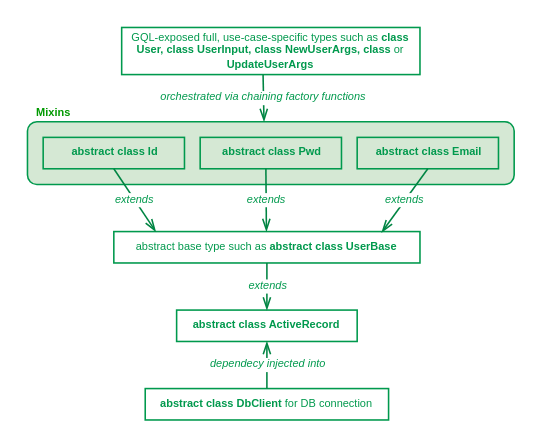
Before: Untitled Diagram.drawio in desmap/popmotion, a draw.io diagram. Source tidied: cells renumbered, new cells numbered last; positions are measured from the earlier drawing's top-left corner, leaving out a move shared by most shapes. Both pictures are drawn from the tidied source at 157%, with x=0, y=0 at pixel (27, 27).
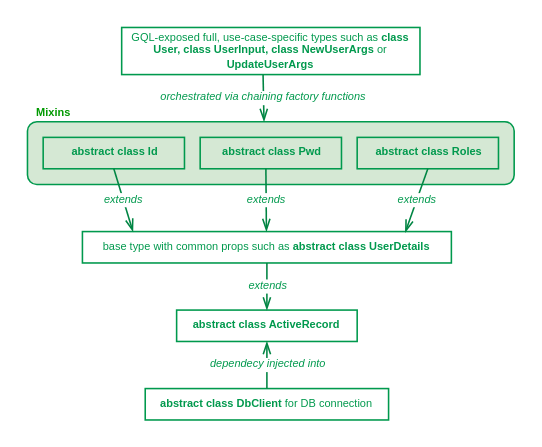
The same page after the edit.

What changed in the source:
```diff
@@
 <mxGraphModel>
   <root>
     <mxCell id="0" />
     <mxCell id="1" parent="0" />
     <mxCell id="2" style="rounded=1;whiteSpace=wrap;html=1;strokeColor=#00994D;fillColor=#d5e8d4;fontSize=8;align=right;" parent="1" vertex="1">
       <mxGeometry y="60" width="310" height="40" as="geometry" />
     </mxCell>
     <mxCell id="3" value="&lt;b style=&quot;font-size: 7px;&quot;&gt;abstract class DbClient&lt;/b&gt;&amp;nbsp;for DB connection" style="rounded=0;whiteSpace=wrap;html=1;strokeColor=#00994D;fillColor=none;fontColor=#00994D;fontSize=7;" parent="1" vertex="1">
       <mxGeometry x="75" y="230" width="155" height="20" as="geometry" />
     </mxCell>
     <mxCell id="4" value="&lt;b style=&quot;font-size: 7px;&quot;&gt;abstract class ActiveRecord&lt;/b&gt;" style="rounded=0;whiteSpace=wrap;html=1;strokeColor=#00994D;fillColor=none;fontColor=#00994D;fontSize=7;" parent="1" vertex="1">
       <mxGeometry x="95" y="180" width="115" height="20" as="geometry" />
     </mxCell>
     <mxCell id="5" value="dependecy injected into" style="endArrow=openThin;html=1;fontColor=#00994D;exitX=0.5;exitY=0;exitDx=0;exitDy=0;entryX=0.5;entryY=1;entryDx=0;entryDy=0;fontSize=7;strokeColor=#008543;fontStyle=2;endFill=0;" parent="1" edge="1" source="3" target="4">
       <mxGeometry relative="1" as="geometry" />
     </mxCell>
-    <mxCell id="6" value="abstract base type such as &lt;b&gt;abstract&amp;nbsp;&lt;/b&gt;&lt;b style=&quot;font-size: 7px&quot;&gt;class UserBase&lt;/b&gt;" style="rounded=0;whiteSpace=wrap;html=1;strokeColor=#00994D;fillColor=none;fontColor=#00994D;fontSize=7;" parent="1" vertex="1">
-      <mxGeometry x="55" y="130" width="195" height="20" as="geometry" />
+    <mxCell id="6" value="base type with common props such as &lt;b&gt;abstract&amp;nbsp;&lt;/b&gt;&lt;b style=&quot;font-size: 7px&quot;&gt;class UserDetails&lt;/b&gt;" style="rounded=0;whiteSpace=wrap;html=1;strokeColor=#00994D;fillColor=none;fontColor=#00994D;fontSize=7;" parent="1" vertex="1">
+      <mxGeometry x="35" y="130" width="235" height="20" as="geometry" />
     </mxCell>
     <mxCell id="7" value="extends" style="endArrow=openThin;html=1;fontColor=#00994D;exitX=0.5;exitY=1;exitDx=0;exitDy=0;entryX=0.5;entryY=0;entryDx=0;entryDy=0;fontSize=7;strokeColor=#008543;fontStyle=2;endFill=0;" parent="1" edge="1" source="6" target="4">
       <mxGeometry relative="1" as="geometry" />
     </mxCell>
     <mxCell id="8" value="&amp;nbsp;abstract class Id" style="rounded=0;whiteSpace=wrap;html=1;strokeColor=#00994D;fillColor=none;fontColor=#00994D;fontSize=7;fontStyle=1;" parent="1" vertex="1">
       <mxGeometry x="10" y="70" width="90" height="20" as="geometry" />
     </mxCell>
     <mxCell id="9" value="&amp;nbsp;abstract class Pwd" style="rounded=0;whiteSpace=wrap;html=1;strokeColor=#00994D;fillColor=none;fontColor=#00994D;fontSize=7;fontStyle=1;" parent="1" vertex="1">
       <mxGeometry x="110" y="70" width="90" height="20" as="geometry" />
     </mxCell>
-    <mxCell id="10" value="&amp;nbsp;abstract class Email" style="rounded=0;whiteSpace=wrap;html=1;strokeColor=#00994D;fillColor=none;fontColor=#00994D;fontSize=7;fontStyle=1;" parent="1" vertex="1">
+    <mxCell id="10" value="&amp;nbsp;abstract class Roles" style="rounded=0;whiteSpace=wrap;html=1;strokeColor=#00994D;fillColor=none;fontColor=#00994D;fontSize=7;fontStyle=1;" parent="1" vertex="1">
       <mxGeometry x="210" y="70" width="90" height="20" as="geometry" />
     </mxCell>
     <mxCell id="11" value="extends" style="endArrow=openThin;html=1;fontSize=7;fontColor=#00994D;exitX=0.5;exitY=1;exitDx=0;exitDy=0;entryX=0.137;entryY=0;entryDx=0;entryDy=0;entryPerimeter=0;strokeColor=#008543;fontStyle=2;endFill=0;" parent="1" edge="1" source="8" target="6">
       <mxGeometry relative="1" as="geometry" />
     </mxCell>
     <mxCell id="12" value="extends" style="endArrow=openThin;html=1;fontSize=7;fontColor=#00994D;exitX=0.465;exitY=1.001;exitDx=0;exitDy=0;exitPerimeter=0;entryX=0.137;entryY=0;entryDx=0;entryDy=0;entryPerimeter=0;strokeColor=#008543;fontStyle=2;endFill=0;" parent="1" edge="1" source="9">
       <mxGeometry relative="1" as="geometry">
         <mxPoint x="152.2" y="130" as="targetPoint" />
       </mxGeometry>
     </mxCell>
     <mxCell id="13" value="extends" style="endArrow=openThin;html=1;fontSize=7;fontColor=#00994D;exitX=0.5;exitY=1;exitDx=0;exitDy=0;entryX=0.875;entryY=0.026;entryDx=0;entryDy=0;entryPerimeter=0;strokeColor=#008543;fontStyle=2;endFill=0;" parent="1" edge="1" source="10" target="6">
       <mxGeometry relative="1" as="geometry" />
     </mxCell>
-    <mxCell id="14" value="GQL-exposed full, use-case-specific types such as &lt;b style=&quot;font-size: 7px&quot;&gt;class User, class UserInput, class NewUser&lt;/b&gt;&lt;b style=&quot;font-size: 7px&quot;&gt;Args, class &lt;/b&gt;&lt;span style=&quot;font-size: 7px&quot;&gt;or&lt;/span&gt;&lt;b style=&quot;font-size: 7px&quot;&gt; UpdateUserArgs&lt;/b&gt;" style="rounded=0;whiteSpace=wrap;html=1;strokeColor=#00994D;fillColor=none;fontColor=#00994D;fontSize=7;" parent="1" vertex="1">
+    <mxCell id="14" value="GQL-exposed full, use-case-specific types such as &lt;b style=&quot;font-size: 7px&quot;&gt;class User, class UserInput, class NewUser&lt;/b&gt;&lt;b style=&quot;font-size: 7px&quot;&gt;Args&amp;nbsp;&lt;/b&gt;&lt;span style=&quot;font-size: 7px&quot;&gt;or&lt;/span&gt;&lt;b style=&quot;font-size: 7px&quot;&gt; UpdateUserArgs&lt;/b&gt;" style="rounded=0;whiteSpace=wrap;html=1;strokeColor=#00994D;fillColor=none;fontColor=#00994D;fontSize=7;" parent="1" vertex="1">
       <mxGeometry x="60" width="190" height="30" as="geometry" />
     </mxCell>
     <mxCell id="15" value="orchestrated via chaining factory functions" style="endArrow=openThin;html=1;fontSize=7;fontColor=#00994D;exitX=0.474;exitY=1.003;exitDx=0;exitDy=0;entryX=0.486;entryY=-0.003;entryDx=0;entryDy=0;entryPerimeter=0;strokeColor=#008543;fontStyle=2;exitPerimeter=0;endFill=0;" parent="1" edge="1" source="14" target="2">
       <mxGeometry relative="1" as="geometry" />
     </mxCell>
     <mxCell id="16" value="Mixins" style="text;html=1;strokeColor=none;fillColor=none;align=left;verticalAlign=middle;whiteSpace=wrap;rounded=0;fontSize=7;fontColor=#009900;fontStyle=1;" parent="1" vertex="1">
       <mxGeometry x="4" y="45" width="40" height="20" as="geometry" />
     </mxCell>
   </root>
 </mxGraphModel>
```
